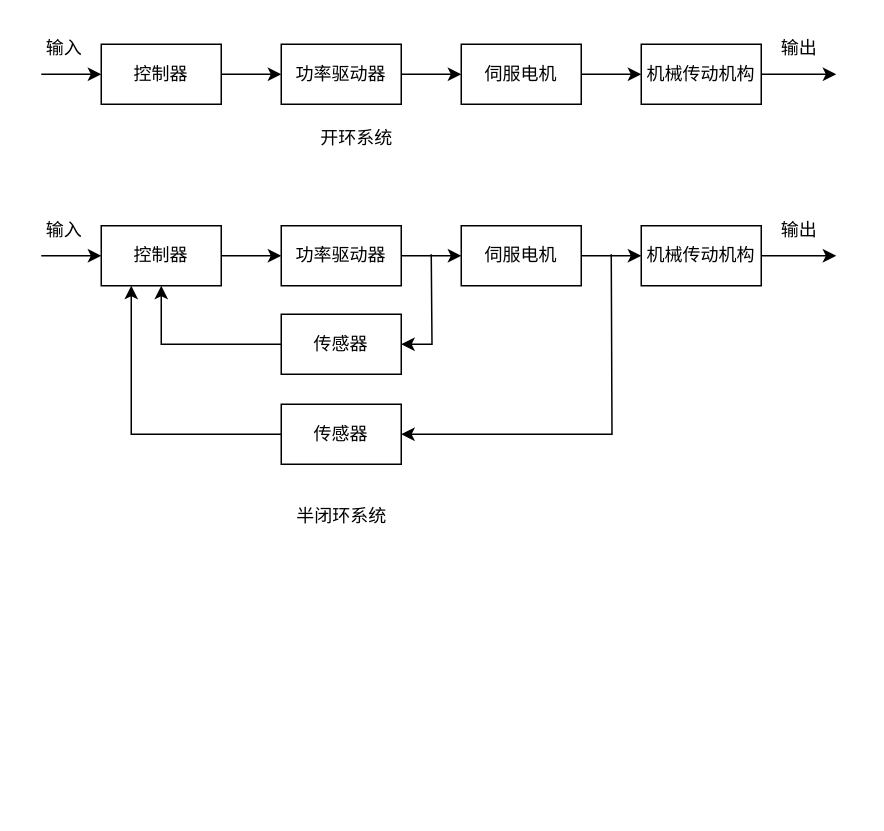
Vinson-001/Blog-flow-chart keeps this draw.io diagram as 伺服控制系统.drawio. Above is the earlier version. Source tidied: cells renumbered, new cells numbered last; positions are measured from the earlier drawing's top-left corner, leaving out a move shared by most shapes. Both pictures are drawn from the tidied source at 150%, with x=0, y=0 at pixel (26, 26).
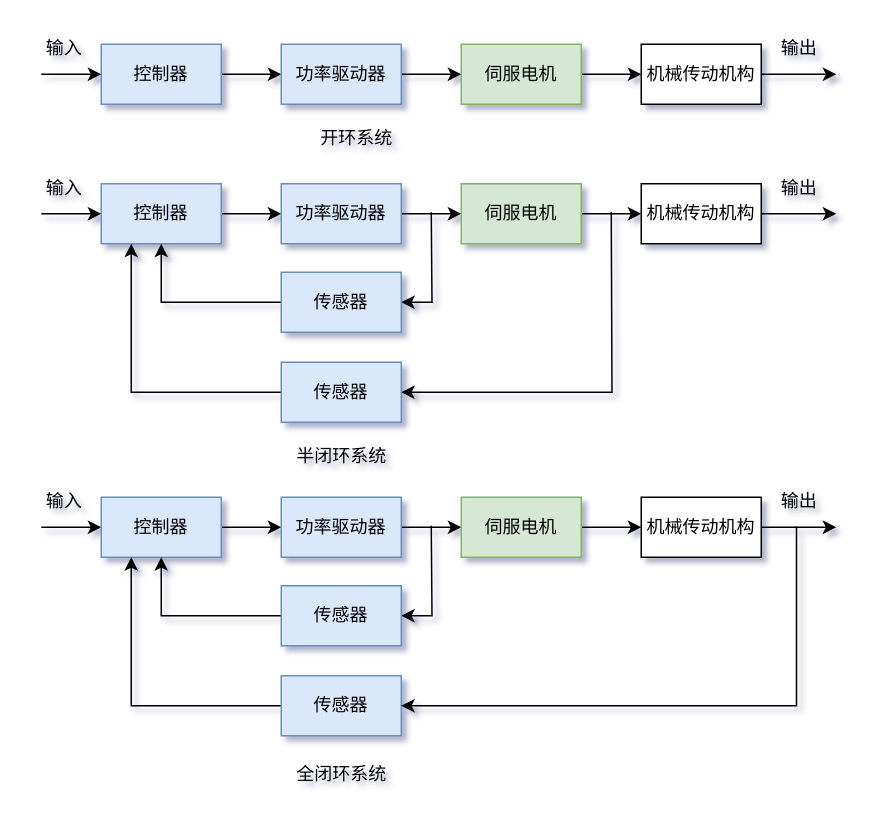
The same diagram, later.

Commit message (it also covers changes not shown here):
更新伺服控制系统.drawio

Change to the diagram source:
```diff
@@
-<mxGraphModel>
+<mxGraphModel shadow="1">
@@
-    <mxCell id="4" value="控制器" style="rounded=0;whiteSpace=wrap;html=1;" parent="1" vertex="1">
+    <mxCell id="4" value="控制器" style="rounded=0;whiteSpace=wrap;html=1;fillColor=#dae8fc;strokeColor=#6c8ebf;" parent="1" vertex="1">
       <mxGeometry x="50" y="12" width="80" height="40" as="geometry" />
     </mxCell>
@@
-    <mxCell id="6" value="功率驱动器" style="rounded=0;whiteSpace=wrap;html=1;" parent="1" vertex="1">
+    <mxCell id="6" value="功率驱动器" style="rounded=0;whiteSpace=wrap;html=1;fillColor=#dae8fc;strokeColor=#6c8ebf;" parent="1" vertex="1">
       <mxGeometry x="170" y="12" width="80" height="40" as="geometry" />
     </mxCell>
@@
-    <mxCell id="8" value="伺服电机" style="rounded=0;whiteSpace=wrap;html=1;" parent="1" vertex="1">
+    <mxCell id="8" value="伺服电机" style="rounded=0;whiteSpace=wrap;html=1;fillColor=#d5e8d4;strokeColor=#82b366;" parent="1" vertex="1">
       <mxGeometry x="290" y="12" width="80" height="40" as="geometry" />
     </mxCell>
@@
     <mxCell id="15" style="edgeStyle=orthogonalEdgeStyle;rounded=0;jettySize=auto;html=1;exitX=0;exitY=0.5;exitDx=0;exitDy=0;endArrow=none;endFill=0;startArrow=classic;startFill=1;" parent="1" edge="1" source="16">
       <mxGeometry relative="1" as="geometry">
-        <mxPoint x="10" y="153" as="targetPoint" />
+        <mxPoint x="10" y="125" as="targetPoint" />
       </mxGeometry>
     </mxCell>
-    <mxCell id="16" value="控制器" style="rounded=0;whiteSpace=wrap;html=1;" parent="1" vertex="1">
-      <mxGeometry x="50" y="133" width="80" height="40" as="geometry" />
+    <mxCell id="16" value="控制器" style="rounded=0;whiteSpace=wrap;html=1;fillColor=#dae8fc;strokeColor=#6c8ebf;" parent="1" vertex="1">
+      <mxGeometry x="50" y="105" width="80" height="40" as="geometry" />
     </mxCell>
@@
-    <mxCell id="18" value="功率驱动器" style="rounded=0;whiteSpace=wrap;html=1;" parent="1" vertex="1">
-      <mxGeometry x="170" y="133" width="80" height="40" as="geometry" />
+    <mxCell id="18" value="功率驱动器" style="rounded=0;whiteSpace=wrap;html=1;fillColor=#dae8fc;strokeColor=#6c8ebf;" parent="1" vertex="1">
+      <mxGeometry x="170" y="105" width="80" height="40" as="geometry" />
     </mxCell>
@@
-    <mxCell id="20" value="伺服电机" style="rounded=0;whiteSpace=wrap;html=1;" parent="1" vertex="1">
-      <mxGeometry x="290" y="133" width="80" height="40" as="geometry" />
+    <mxCell id="20" value="伺服电机" style="rounded=0;whiteSpace=wrap;html=1;fillColor=#d5e8d4;strokeColor=#82b366;" parent="1" vertex="1">
+      <mxGeometry x="290" y="105" width="80" height="40" as="geometry" />
     </mxCell>
     <mxCell id="21" style="edgeStyle=orthogonalEdgeStyle;rounded=0;jettySize=auto;html=1;exitX=1;exitY=0.5;exitDx=0;exitDy=0;" parent="1" edge="1" source="22">
       <mxGeometry relative="1" as="geometry">
-        <mxPoint x="540" y="153" as="targetPoint" />
+        <mxPoint x="540" y="125" as="targetPoint" />
       </mxGeometry>
     </mxCell>
     <mxCell id="22" value="机械传动机构" style="rounded=0;whiteSpace=wrap;html=1;" parent="1" vertex="1">
-      <mxGeometry x="410" y="133" width="80" height="40" as="geometry" />
+      <mxGeometry x="410" y="105" width="80" height="40" as="geometry" />
     </mxCell>
     <mxCell id="23" value="输出" style="text;html=1;align=center;verticalAlign=middle;strokeColor=none;fillColor=none;" parent="1" vertex="1">
-      <mxGeometry x="490" y="121" width="50" height="30" as="geometry" />
+      <mxGeometry x="490" y="93" width="50" height="30" as="geometry" />
     </mxCell>
     <mxCell id="24" value="输入" style="text;html=1;align=center;verticalAlign=middle;strokeColor=none;fillColor=none;" parent="1" vertex="1">
-      <mxGeometry y="121" width="50" height="30" as="geometry" />
+      <mxGeometry y="93" width="50" height="30" as="geometry" />
     </mxCell>
     <mxCell id="25" value="半闭环系统" style="text;html=1;align=center;verticalAlign=middle;strokeColor=none;fillColor=none;" parent="1" vertex="1">
-      <mxGeometry x="170" y="312" width="80" height="30" as="geometry" />
+      <mxGeometry x="170" y="272" width="80" height="30" as="geometry" />
     </mxCell>
@@
     <mxCell id="27" style="edgeStyle=orthogonalEdgeStyle;rounded=0;jettySize=auto;html=1;exitX=1;exitY=0.5;exitDx=0;exitDy=0;endArrow=none;endFill=0;startArrow=classic;startFill=1;" parent="1" edge="1" source="28">
       <mxGeometry relative="1" as="geometry">
-        <mxPoint x="270" y="152" as="targetPoint" />
+        <mxPoint x="270" y="124" as="targetPoint" />
       </mxGeometry>
     </mxCell>
-    <mxCell id="28" value="传感器" style="rounded=0;whiteSpace=wrap;html=1;" parent="1" vertex="1">
-      <mxGeometry x="170" y="192" width="80" height="40" as="geometry" />
+    <mxCell id="28" value="传感器" style="rounded=0;whiteSpace=wrap;html=1;fillColor=#dae8fc;strokeColor=#6c8ebf;" parent="1" vertex="1">
+      <mxGeometry x="170" y="164" width="80" height="40" as="geometry" />
     </mxCell>
@@
     <mxCell id="30" style="edgeStyle=orthogonalEdgeStyle;rounded=0;jettySize=auto;html=1;exitX=1;exitY=0.5;exitDx=0;exitDy=0;endArrow=none;endFill=0;startArrow=classic;startFill=1;" parent="1" edge="1" source="31">
       <mxGeometry relative="1" as="geometry">
-        <mxPoint x="390" y="152" as="targetPoint" />
+        <mxPoint x="390" y="124" as="targetPoint" />
       </mxGeometry>
     </mxCell>
-    <mxCell id="31" value="传感器" style="rounded=0;whiteSpace=wrap;html=1;" parent="1" vertex="1">
-      <mxGeometry x="170" y="252" width="80" height="40" as="geometry" />
+    <mxCell id="31" value="传感器" style="rounded=0;whiteSpace=wrap;html=1;fillColor=#dae8fc;strokeColor=#6c8ebf;" parent="1" vertex="1">
+      <mxGeometry x="170" y="224" width="80" height="40" as="geometry" />
     </mxCell>
+    <mxCell id="32" style="edgeStyle=orthogonalEdgeStyle;rounded=0;jettySize=auto;html=1;exitX=1;exitY=0.5;exitDx=0;exitDy=0;entryX=0;entryY=0.5;entryDx=0;entryDy=0;" parent="1" edge="1" source="34" target="36">
+      <mxGeometry relative="1" as="geometry" />
+    </mxCell>
+    <mxCell id="33" style="edgeStyle=orthogonalEdgeStyle;rounded=0;jettySize=auto;html=1;exitX=0;exitY=0.5;exitDx=0;exitDy=0;endArrow=none;endFill=0;startArrow=classic;startFill=1;" parent="1" edge="1" source="34">
+      <mxGeometry relative="1" as="geometry">
+        <mxPoint x="10" y="334" as="targetPoint" />
+      </mxGeometry>
+    </mxCell>
+    <mxCell id="34" value="控制器" style="rounded=0;whiteSpace=wrap;html=1;fillColor=#dae8fc;strokeColor=#6c8ebf;" parent="1" vertex="1">
+      <mxGeometry x="50" y="314" width="80" height="40" as="geometry" />
+    </mxCell>
+    <mxCell id="35" style="edgeStyle=orthogonalEdgeStyle;rounded=0;jettySize=auto;html=1;exitX=1;exitY=0.5;exitDx=0;exitDy=0;entryX=0;entryY=0.5;entryDx=0;entryDy=0;" parent="1" edge="1" source="36" target="38">
+      <mxGeometry relative="1" as="geometry" />
+    </mxCell>
+    <mxCell id="36" value="功率驱动器" style="rounded=0;whiteSpace=wrap;html=1;fillColor=#dae8fc;strokeColor=#6c8ebf;" parent="1" vertex="1">
+      <mxGeometry x="170" y="314" width="80" height="40" as="geometry" />
+    </mxCell>
+    <mxCell id="37" style="edgeStyle=orthogonalEdgeStyle;rounded=0;jettySize=auto;html=1;exitX=1;exitY=0.5;exitDx=0;exitDy=0;entryX=0;entryY=0.5;entryDx=0;entryDy=0;" parent="1" edge="1" source="38" target="40">
+      <mxGeometry relative="1" as="geometry" />
+    </mxCell>
+    <mxCell id="38" value="伺服电机" style="rounded=0;whiteSpace=wrap;html=1;fillColor=#d5e8d4;strokeColor=#82b366;" parent="1" vertex="1">
+      <mxGeometry x="290" y="314" width="80" height="40" as="geometry" />
+    </mxCell>
+    <mxCell id="39" style="edgeStyle=orthogonalEdgeStyle;rounded=0;jettySize=auto;html=1;exitX=1;exitY=0.5;exitDx=0;exitDy=0;" parent="1" edge="1" source="40">
+      <mxGeometry relative="1" as="geometry">
+        <mxPoint x="540" y="334" as="targetPoint" />
+      </mxGeometry>
+    </mxCell>
+    <mxCell id="40" value="机械传动机构" style="rounded=0;whiteSpace=wrap;html=1;" parent="1" vertex="1">
+      <mxGeometry x="410" y="314" width="80" height="40" as="geometry" />
+    </mxCell>
+    <mxCell id="41" value="输出" style="text;html=1;align=center;verticalAlign=middle;points=[];strokeColor=none;fillColor=none;" parent="1" vertex="1">
+      <mxGeometry x="490" y="302" width="50" height="30" as="geometry" />
+    </mxCell>
+    <mxCell id="42" value="输入" style="text;html=1;align=center;verticalAlign=middle;strokeColor=none;fillColor=none;" parent="1" vertex="1">
+      <mxGeometry y="302" width="50" height="30" as="geometry" />
+    </mxCell>
+    <mxCell id="43" value="全闭环系统" style="text;html=1;align=center;verticalAlign=middle;strokeColor=none;fillColor=none;" parent="1" vertex="1">
+      <mxGeometry x="170" y="484" width="80" height="30" as="geometry" />
+    </mxCell>
+    <mxCell id="44" style="edgeStyle=orthogonalEdgeStyle;rounded=0;jettySize=auto;html=1;exitX=0;exitY=0.5;exitDx=0;exitDy=0;entryX=0.5;entryY=1;entryDx=0;entryDy=0;" parent="1" edge="1" source="46" target="34">
+      <mxGeometry relative="1" as="geometry" />
+    </mxCell>
+    <mxCell id="45" style="edgeStyle=orthogonalEdgeStyle;rounded=0;jettySize=auto;html=1;exitX=1;exitY=0.5;exitDx=0;exitDy=0;endArrow=none;endFill=0;startArrow=classic;startFill=1;" parent="1" edge="1" source="46">
+      <mxGeometry relative="1" as="geometry">
+        <mxPoint x="270" y="333" as="targetPoint" />
+      </mxGeometry>
+    </mxCell>
+    <mxCell id="46" value="传感器" style="rounded=0;whiteSpace=wrap;html=1;fillColor=#dae8fc;strokeColor=#6c8ebf;" parent="1" vertex="1">
+      <mxGeometry x="170" y="373" width="80" height="40" as="geometry" />
+    </mxCell>
+    <mxCell id="47" style="edgeStyle=orthogonalEdgeStyle;rounded=0;jettySize=auto;html=1;exitX=0;exitY=0.5;exitDx=0;exitDy=0;entryX=0.25;entryY=1;entryDx=0;entryDy=0;" parent="1" edge="1" source="48" target="34">
+      <mxGeometry relative="1" as="geometry" />
+    </mxCell>
+    <mxCell id="48" value="传感器" style="rounded=0;whiteSpace=wrap;html=1;fillColor=#dae8fc;strokeColor=#6c8ebf;" parent="1" vertex="1">
+      <mxGeometry x="170" y="433" width="80" height="40" as="geometry" />
+    </mxCell>
+    <mxCell id="49" style="edgeStyle=orthogonalEdgeStyle;rounded=0;jettySize=auto;html=1;exitX=1;exitY=0.5;exitDx=0;exitDy=0;entryX=0.47;entryY=1.05;entryDx=0;entryDy=0;entryPerimeter=0;endArrow=none;endFill=0;startArrow=classic;startFill=1;" parent="1" edge="1" source="48" target="41">
+      <mxGeometry relative="1" as="geometry" />
+    </mxCell>
```
